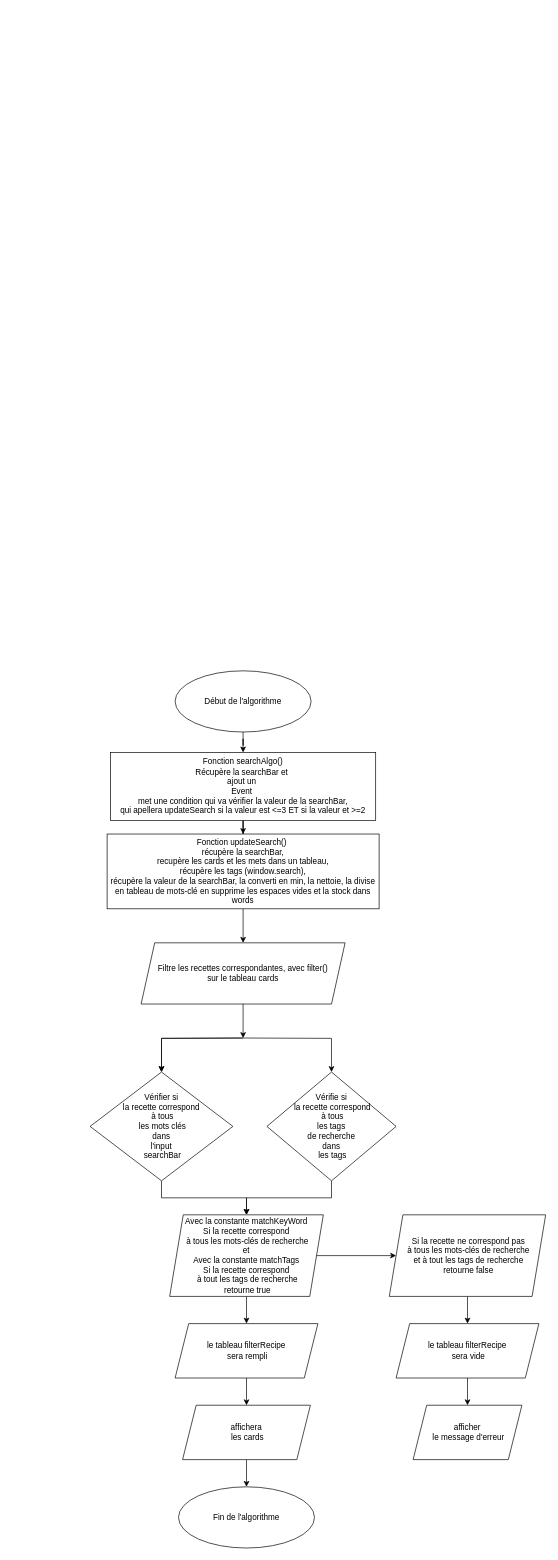
This is Algo de recherche n°2.drawio from abaddon101/Projet---Les-Petits-Plats, a draw.io file, before an edit. Source tidied: cells renumbered, new cells numbered last; positions are measured from the earlier drawing's top-left corner, leaving out a move shared by most shapes. Both pictures are drawn from the tidied source at 68%, with x=0, y=0 at pixel (90, 670).
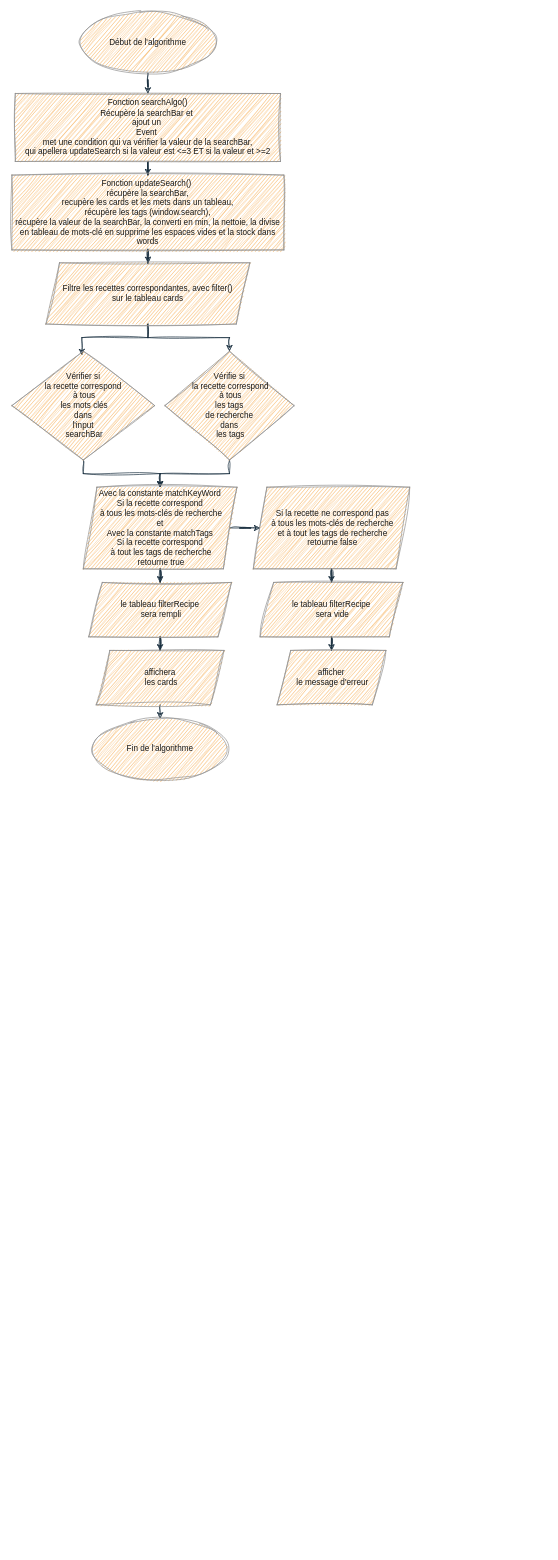
After the change.

Commit message:
Mettre à jour Algo de recherche n°2.drawio

What changed in the source:
```diff
@@
-    <mxCell id="2" style="edgeStyle=orthogonalEdgeStyle;rounded=0;jettySize=auto;html=1;" parent="1" edge="1" source="3" target="5">
+    <mxCell id="2" style="edgeStyle=orthogonalEdgeStyle;rounded=0;jettySize=auto;html=1;labelBackgroundColor=none;strokeColor=#182E3E;fontColor=default;sketch=1;curveFitting=1;jiggle=2;" parent="1" edge="1" source="3" target="5">
       <mxGeometry relative="1" as="geometry" />
     </mxCell>
-    <mxCell id="3" value="Début de l'algorithme" style="ellipse;whiteSpace=wrap;html=1;" parent="1" vertex="1">
-      <mxGeometry x="125" width="200" height="90" as="geometry" />
+    <mxCell id="3" value="Début de l'algorithme" style="ellipse;whiteSpace=wrap;html=1;labelBackgroundColor=none;fillColor=#F5AB50;strokeColor=#909090;fontColor=#1A1A1A;rounded=0;sketch=1;curveFitting=1;jiggle=2;" parent="1" vertex="1">
+      <mxGeometry x="-15" y="-969" width="200" height="90" as="geometry" />
     </mxCell>
-    <mxCell id="4" style="edgeStyle=orthogonalEdgeStyle;rounded=0;jettySize=auto;html=1;" parent="1" edge="1" source="5" target="7">
+    <mxCell id="4" style="edgeStyle=orthogonalEdgeStyle;rounded=0;jettySize=auto;html=1;labelBackgroundColor=none;strokeColor=#182E3E;fontColor=default;sketch=1;curveFitting=1;jiggle=2;" parent="1" edge="1" source="5" target="7">
       <mxGeometry relative="1" as="geometry" />
     </mxCell>
-    <mxCell id="5" value="Fonction searchAlgo()&lt;br&gt;Récupère la searchBar et&amp;nbsp;&lt;br&gt;ajout un&amp;nbsp;&lt;br&gt;Event&amp;nbsp;&lt;br&gt;met une condition qui va vérifier la valeur de la searchBar,&lt;br&gt;qui apellera updateSearch si la valeur est &amp;lt;=3 ET si la valeur et &amp;gt;=2" style="rounded=0;whiteSpace=wrap;html=1;" parent="1" vertex="1">
-      <mxGeometry x="30" y="120" width="390" height="100" as="geometry" />
+    <mxCell id="5" value="Fonction searchAlgo()&lt;br&gt;Récupère la searchBar et&amp;nbsp;&lt;br&gt;ajout un&amp;nbsp;&lt;br&gt;Event&amp;nbsp;&lt;br&gt;met une condition qui va vérifier la valeur de la searchBar,&lt;br&gt;qui apellera updateSearch si la valeur est &amp;lt;=3 ET si la valeur et &amp;gt;=2" style="rounded=0;whiteSpace=wrap;html=1;labelBackgroundColor=none;fillColor=#F5AB50;strokeColor=#909090;fontColor=#1A1A1A;sketch=1;curveFitting=1;jiggle=2;" parent="1" vertex="1">
+      <mxGeometry x="-110" y="-849" width="390" height="100" as="geometry" />
     </mxCell>
-    <mxCell id="6" style="edgeStyle=orthogonalEdgeStyle;rounded=0;jettySize=auto;html=1;" parent="1" edge="1" source="7" target="9">
+    <mxCell id="6" style="edgeStyle=orthogonalEdgeStyle;rounded=0;jettySize=auto;html=1;labelBackgroundColor=none;strokeColor=#182E3E;fontColor=default;sketch=1;curveFitting=1;jiggle=2;" parent="1" edge="1" source="7" target="9">
       <mxGeometry relative="1" as="geometry" />
     </mxCell>
-    <mxCell id="7" value="Fonction updateSearch()&amp;nbsp;&lt;br&gt;récupère la searchBar,&lt;br&gt;recupère les cards et les mets dans un tableau,&lt;br&gt;récupère les tags (window.search),&lt;br&gt;récupère la valeur de la searchBar, la converti en min, la nettoie, la divise en tableau de mots-clé en supprime les espaces vides et la stock dans words" style="rounded=0;whiteSpace=wrap;html=1;" parent="1" vertex="1">
-      <mxGeometry x="25" y="240" width="400" height="110" as="geometry" />
+    <mxCell id="7" value="Fonction updateSearch()&amp;nbsp;&lt;br&gt;récupère la searchBar,&lt;br&gt;recupère les cards et les mets dans un tableau,&lt;br&gt;récupère les tags (window.search),&lt;br&gt;récupère la valeur de la searchBar, la converti en min, la nettoie, la divise en tableau de mots-clé en supprime les espaces vides et la stock dans words" style="rounded=0;whiteSpace=wrap;html=1;labelBackgroundColor=none;fillColor=#F5AB50;strokeColor=#909090;fontColor=#1A1A1A;sketch=1;curveFitting=1;jiggle=2;" parent="1" vertex="1">
+      <mxGeometry x="-115" y="-729" width="400" height="110" as="geometry" />
     </mxCell>
-    <mxCell id="8" style="edgeStyle=orthogonalEdgeStyle;rounded=0;jettySize=auto;html=1;" parent="1" edge="1" source="9">
-      <mxGeometry relative="1" as="geometry">
-        <mxPoint x="225" y="540" as="targetPoint" />
-      </mxGeometry>
-    </mxCell>
+    <mxCell id="30" style="edgeStyle=orthogonalEdgeStyle;rounded=0;jettySize=auto;html=1;entryX=0.49;entryY=0.035;entryDx=0;entryDy=0;entryPerimeter=0;strokeColor=#182E3E;fontColor=default;labelBackgroundColor=none;sketch=1;curveFitting=1;jiggle=2;" parent="1" edge="1" source="9" target="14">
+      <mxGeometry relative="1" as="geometry" />
+    </mxCell>
+    <mxCell id="31" style="edgeStyle=orthogonalEdgeStyle;rounded=0;jettySize=auto;html=1;entryX=0.5;entryY=0;entryDx=0;entryDy=0;strokeColor=#182E3E;fontColor=default;labelBackgroundColor=none;sketch=1;curveFitting=1;jiggle=2;" parent="1" edge="1" source="9" target="16">
+      <mxGeometry relative="1" as="geometry" />
+    </mxCell>
-    <mxCell id="9" value="Filtre les recettes correspondantes, avec filter()&lt;br&gt;sur le tableau cards" style="shape=parallelogram;perimeter=parallelogramPerimeter;whiteSpace=wrap;html=1;fixedSize=1;rounded=0;" parent="1" vertex="1">
-      <mxGeometry x="75" y="400" width="300" height="90" as="geometry" />
+    <mxCell id="9" value="Filtre les recettes correspondantes, avec filter()&lt;br&gt;sur le tableau cards" style="shape=parallelogram;perimeter=parallelogramPerimeter;whiteSpace=wrap;html=1;fixedSize=1;rounded=0;labelBackgroundColor=none;fillColor=#F5AB50;strokeColor=#909090;fontColor=#1A1A1A;sketch=1;curveFitting=1;jiggle=2;" parent="1" vertex="1">
+      <mxGeometry x="-65" y="-600" width="300" height="90" as="geometry" />
     </mxCell>
-    <mxCell id="10" style="edgeStyle=orthogonalEdgeStyle;rounded=0;jettySize=auto;html=1;" parent="1" edge="1" target="14">
-      <mxGeometry relative="1" as="geometry">
-        <mxPoint x="225" y="540" as="sourcePoint" />
-      </mxGeometry>
-    </mxCell>
-    <mxCell id="11" style="edgeStyle=orthogonalEdgeStyle;rounded=0;jettySize=auto;html=1;" parent="1" edge="1" target="14">
-      <mxGeometry relative="1" as="geometry">
-        <mxPoint x="225" y="540" as="sourcePoint" />
-      </mxGeometry>
-    </mxCell>
-    <mxCell id="12" style="edgeStyle=orthogonalEdgeStyle;rounded=0;jettySize=auto;html=1;entryX=0.5;entryY=0;entryDx=0;entryDy=0;" parent="1" edge="1" target="16">
-      <mxGeometry relative="1" as="geometry">
-        <mxPoint x="225" y="540" as="sourcePoint" />
-      </mxGeometry>
-    </mxCell>
-    <mxCell id="13" style="edgeStyle=orthogonalEdgeStyle;rounded=0;jettySize=auto;html=1;" parent="1" edge="1" source="14" target="19">
+    <mxCell id="13" style="edgeStyle=orthogonalEdgeStyle;rounded=0;jettySize=auto;html=1;labelBackgroundColor=none;strokeColor=#182E3E;fontColor=default;sketch=1;curveFitting=1;jiggle=2;" parent="1" edge="1" source="14" target="19">
       <mxGeometry relative="1" as="geometry" />
     </mxCell>
-    <mxCell id="14" value="Vérifier si &lt;br&gt;la recette correspond&lt;br&gt;&amp;nbsp;à tous&lt;br&gt;&amp;nbsp;les mots clés&lt;br&gt;dans &lt;br&gt;l'input&lt;br&gt;&amp;nbsp;searchBar" style="rhombus;whiteSpace=wrap;html=1;rounded=0;" parent="1" vertex="1">
-      <mxGeometry y="590" width="210" height="160" as="geometry" />
+    <mxCell id="14" value="Vérifier si &lt;br&gt;la recette correspond&lt;br&gt;&amp;nbsp;à tous&lt;br&gt;&amp;nbsp;les mots clés&lt;br&gt;dans &lt;br&gt;l'input&lt;br&gt;&amp;nbsp;searchBar" style="rhombus;whiteSpace=wrap;html=1;rounded=0;labelBackgroundColor=none;fillColor=#F5AB50;strokeColor=#909090;fontColor=#1A1A1A;sketch=1;curveFitting=1;jiggle=2;" parent="1" vertex="1">
+      <mxGeometry x="-115" y="-470" width="210" height="160" as="geometry" />
     </mxCell>
-    <mxCell id="15" style="edgeStyle=orthogonalEdgeStyle;rounded=0;jettySize=auto;html=1;exitX=0.5;exitY=1;exitDx=0;exitDy=0;entryX=0.5;entryY=0;entryDx=0;entryDy=0;" parent="1" edge="1" source="16" target="19">
+    <mxCell id="15" style="edgeStyle=orthogonalEdgeStyle;rounded=0;jettySize=auto;html=1;exitX=0.5;exitY=1;exitDx=0;exitDy=0;entryX=0.5;entryY=0;entryDx=0;entryDy=0;labelBackgroundColor=none;strokeColor=#182E3E;fontColor=default;sketch=1;curveFitting=1;jiggle=2;" parent="1" edge="1" source="16" target="19">
       <mxGeometry relative="1" as="geometry" />
     </mxCell>
-    <mxCell id="16" value="Vérifie si&lt;br&gt;&amp;nbsp;la recette correspond&lt;br&gt;&amp;nbsp;à tous &lt;br&gt;les tags&lt;br&gt;&amp;nbsp;de recherche&amp;nbsp;&lt;br&gt;dans&lt;br&gt;&amp;nbsp;les tags" style="rhombus;whiteSpace=wrap;html=1;rounded=0;" parent="1" vertex="1">
-      <mxGeometry x="260" y="590" width="190" height="160" as="geometry" />
+    <mxCell id="16" value="Vérifie si&lt;br&gt;&amp;nbsp;la recette correspond&lt;br&gt;&amp;nbsp;à tous &lt;br&gt;les tags&lt;br&gt;&amp;nbsp;de recherche&amp;nbsp;&lt;br&gt;dans&lt;br&gt;&amp;nbsp;les tags" style="rhombus;whiteSpace=wrap;html=1;rounded=0;labelBackgroundColor=none;fillColor=#F5AB50;strokeColor=#909090;fontColor=#1A1A1A;sketch=1;curveFitting=1;jiggle=2;" parent="1" vertex="1">
+      <mxGeometry x="110" y="-470" width="190" height="160" as="geometry" />
     </mxCell>
-    <mxCell id="17" style="edgeStyle=orthogonalEdgeStyle;rounded=0;jettySize=auto;html=1;" parent="1" edge="1" source="19" target="25">
+    <mxCell id="17" style="edgeStyle=orthogonalEdgeStyle;rounded=0;jettySize=auto;html=1;labelBackgroundColor=none;strokeColor=#182E3E;fontColor=default;sketch=1;curveFitting=1;jiggle=2;" parent="1" edge="1" source="19" target="25">
       <mxGeometry relative="1" as="geometry" />
     </mxCell>
-    <mxCell id="18" style="edgeStyle=orthogonalEdgeStyle;rounded=0;jettySize=auto;html=1;" parent="1" edge="1" source="19" target="21">
+    <mxCell id="18" style="edgeStyle=orthogonalEdgeStyle;rounded=0;jettySize=auto;html=1;labelBackgroundColor=none;strokeColor=#182E3E;fontColor=default;sketch=1;curveFitting=1;jiggle=2;" parent="1" edge="1" source="19" target="21">
       <mxGeometry relative="1" as="geometry" />
     </mxCell>
-    <mxCell id="19" value="Avec la constante matchKeyWord&lt;br&gt;&amp;nbsp;Si la recette correspond&amp;nbsp;&lt;br&gt;&amp;nbsp;à tous les mots-clés de recherche&lt;br&gt;&amp;nbsp;et&amp;nbsp;&lt;br&gt;Avec la constante matchTags&lt;br&gt;Si la recette correspond&lt;br&gt;&amp;nbsp;à tout les tags de recherche&lt;br&gt;&amp;nbsp;retourne true" style="shape=parallelogram;perimeter=parallelogramPerimeter;whiteSpace=wrap;html=1;fixedSize=1;rounded=0;" parent="1" vertex="1">
-      <mxGeometry x="117" y="800" width="226" height="120" as="geometry" />
+    <mxCell id="19" value="Avec la constante matchKeyWord&lt;br&gt;&amp;nbsp;Si la recette correspond&amp;nbsp;&lt;br&gt;&amp;nbsp;à tous les mots-clés de recherche&lt;br&gt;&amp;nbsp;et&amp;nbsp;&lt;br&gt;Avec la constante matchTags&lt;br&gt;Si la recette correspond&lt;br&gt;&amp;nbsp;à tout les tags de recherche&lt;br&gt;&amp;nbsp;retourne true" style="shape=parallelogram;perimeter=parallelogramPerimeter;whiteSpace=wrap;html=1;fixedSize=1;rounded=0;labelBackgroundColor=none;fillColor=#F5AB50;strokeColor=#909090;fontColor=#1A1A1A;sketch=1;curveFitting=1;jiggle=2;" parent="1" vertex="1">
+      <mxGeometry x="-10" y="-270" width="226" height="120" as="geometry" />
     </mxCell>
-    <mxCell id="20" style="edgeStyle=orthogonalEdgeStyle;rounded=0;jettySize=auto;html=1;" parent="1" edge="1" source="21" target="23">
+    <mxCell id="20" style="edgeStyle=orthogonalEdgeStyle;rounded=0;jettySize=auto;html=1;labelBackgroundColor=none;strokeColor=#182E3E;fontColor=default;sketch=1;curveFitting=1;jiggle=2;" parent="1" edge="1" source="21" target="23">
       <mxGeometry relative="1" as="geometry" />
     </mxCell>
-    <mxCell id="21" value="&amp;nbsp;Si la recette ne correspond pas&lt;br style=&quot;border-color: var(--border-color);&quot;&gt;&amp;nbsp;à tous les mots-clés de recherche&lt;br style=&quot;border-color: var(--border-color);&quot;&gt;&amp;nbsp;et à tout les tags de recherche&lt;br style=&quot;border-color: var(--border-color);&quot;&gt;&amp;nbsp;retourne false" style="shape=parallelogram;perimeter=parallelogramPerimeter;whiteSpace=wrap;html=1;fixedSize=1;" parent="1" vertex="1">
-      <mxGeometry x="440" y="800" width="230" height="120" as="geometry" />
+    <mxCell id="21" value="&amp;nbsp;Si la recette ne correspond pas&lt;br style=&quot;border-color: var(--border-color);&quot;&gt;&amp;nbsp;à tous les mots-clés de recherche&lt;br style=&quot;border-color: var(--border-color);&quot;&gt;&amp;nbsp;et à tout les tags de recherche&lt;br style=&quot;border-color: var(--border-color);&quot;&gt;&amp;nbsp;retourne false" style="shape=parallelogram;perimeter=parallelogramPerimeter;whiteSpace=wrap;html=1;fixedSize=1;labelBackgroundColor=none;fillColor=#F5AB50;strokeColor=#909090;fontColor=#1A1A1A;rounded=0;sketch=1;curveFitting=1;jiggle=2;" parent="1" vertex="1">
+      <mxGeometry x="240" y="-270" width="230" height="120" as="geometry" />
     </mxCell>
-    <mxCell id="22" style="edgeStyle=orthogonalEdgeStyle;rounded=0;jettySize=auto;html=1;entryX=0.5;entryY=0;entryDx=0;entryDy=0;" parent="1" edge="1" source="23" target="28">
+    <mxCell id="22" style="edgeStyle=orthogonalEdgeStyle;rounded=0;jettySize=auto;html=1;entryX=0.5;entryY=0;entryDx=0;entryDy=0;labelBackgroundColor=none;strokeColor=#182E3E;fontColor=default;sketch=1;curveFitting=1;jiggle=2;" parent="1" edge="1" source="23" target="28">
       <mxGeometry relative="1" as="geometry" />
     </mxCell>
-    <mxCell id="23" value="le tableau filterRecipe&lt;br&gt;&amp;nbsp;sera vide" style="shape=parallelogram;perimeter=parallelogramPerimeter;whiteSpace=wrap;html=1;fixedSize=1;" parent="1" vertex="1">
-      <mxGeometry x="450" y="960" width="210" height="80" as="geometry" />
+    <mxCell id="23" value="le tableau filterRecipe&lt;br&gt;&amp;nbsp;sera vide" style="shape=parallelogram;perimeter=parallelogramPerimeter;whiteSpace=wrap;html=1;fixedSize=1;labelBackgroundColor=none;fillColor=#F5AB50;strokeColor=#909090;fontColor=#1A1A1A;rounded=0;sketch=1;curveFitting=1;jiggle=2;" parent="1" vertex="1">
+      <mxGeometry x="250" y="-130" width="210" height="80" as="geometry" />
     </mxCell>
-    <mxCell id="24" style="edgeStyle=orthogonalEdgeStyle;rounded=0;jettySize=auto;html=1;" parent="1" edge="1" source="25" target="27">
+    <mxCell id="24" style="edgeStyle=orthogonalEdgeStyle;rounded=0;jettySize=auto;html=1;labelBackgroundColor=none;strokeColor=#182E3E;fontColor=default;sketch=1;curveFitting=1;jiggle=2;" parent="1" edge="1" source="25" target="27">
       <mxGeometry relative="1" as="geometry" />
     </mxCell>
-    <mxCell id="25" value="le tableau filterRecipe&lt;br&gt;&amp;nbsp;sera rempli" style="shape=parallelogram;perimeter=parallelogramPerimeter;whiteSpace=wrap;html=1;fixedSize=1;rounded=0;" parent="1" vertex="1">
-      <mxGeometry x="125" y="960" width="210" height="80" as="geometry" />
+    <mxCell id="25" value="le tableau filterRecipe&lt;br&gt;&amp;nbsp;sera rempli" style="shape=parallelogram;perimeter=parallelogramPerimeter;whiteSpace=wrap;html=1;fixedSize=1;rounded=0;labelBackgroundColor=none;fillColor=#F5AB50;strokeColor=#909090;fontColor=#1A1A1A;sketch=1;curveFitting=1;jiggle=2;" parent="1" vertex="1">
+      <mxGeometry x="-2" y="-130" width="210" height="80" as="geometry" />
     </mxCell>
-    <mxCell id="26" style="edgeStyle=orthogonalEdgeStyle;rounded=0;jettySize=auto;html=1;exitX=0.5;exitY=1;exitDx=0;exitDy=0;entryX=0.5;entryY=0;entryDx=0;entryDy=0;" parent="1" edge="1" source="27" target="29">
+    <mxCell id="26" style="edgeStyle=orthogonalEdgeStyle;rounded=0;jettySize=auto;html=1;exitX=0.5;exitY=1;exitDx=0;exitDy=0;entryX=0.5;entryY=0;entryDx=0;entryDy=0;labelBackgroundColor=none;strokeColor=#182E3E;fontColor=default;sketch=1;curveFitting=1;jiggle=2;" parent="1" edge="1" source="27" target="29">
       <mxGeometry relative="1" as="geometry" />
     </mxCell>
-    <mxCell id="27" value="affichera&lt;br&gt;&amp;nbsp;les cards" style="shape=parallelogram;perimeter=parallelogramPerimeter;whiteSpace=wrap;html=1;fixedSize=1;rounded=0;" parent="1" vertex="1">
-      <mxGeometry x="136" y="1080" width="188" height="80" as="geometry" />
+    <mxCell id="27" value="affichera&lt;br&gt;&amp;nbsp;les cards" style="shape=parallelogram;perimeter=parallelogramPerimeter;whiteSpace=wrap;html=1;fixedSize=1;rounded=0;labelBackgroundColor=none;fillColor=#F5AB50;strokeColor=#909090;fontColor=#1A1A1A;sketch=1;curveFitting=1;jiggle=2;" parent="1" vertex="1">
+      <mxGeometry x="9" y="-30" width="188" height="80" as="geometry" />
     </mxCell>
-    <mxCell id="28" value="afficher&lt;br&gt;&amp;nbsp;le message d'erreur" style="shape=parallelogram;perimeter=parallelogramPerimeter;whiteSpace=wrap;html=1;fixedSize=1;" parent="1" vertex="1">
-      <mxGeometry x="475" y="1080" width="160" height="80" as="geometry" />
+    <mxCell id="28" value="afficher&lt;br&gt;&amp;nbsp;le message d'erreur" style="shape=parallelogram;perimeter=parallelogramPerimeter;whiteSpace=wrap;html=1;fixedSize=1;labelBackgroundColor=none;fillColor=#F5AB50;strokeColor=#909090;fontColor=#1A1A1A;rounded=0;sketch=1;curveFitting=1;jiggle=2;" parent="1" vertex="1">
+      <mxGeometry x="275" y="-30" width="160" height="80" as="geometry" />
     </mxCell>
-    <mxCell id="29" value="Fin de l'algorithme" style="ellipse;whiteSpace=wrap;html=1;" parent="1" vertex="1">
-      <mxGeometry x="130" y="1200" width="200" height="90" as="geometry" />
+    <mxCell id="29" value="Fin de l'algorithme" style="ellipse;whiteSpace=wrap;html=1;labelBackgroundColor=none;fillColor=#F5AB50;strokeColor=#909090;fontColor=#1A1A1A;rounded=0;sketch=1;curveFitting=1;jiggle=2;" parent="1" vertex="1">
+      <mxGeometry x="3" y="70" width="200" height="90" as="geometry" />
     </mxCell>
```
